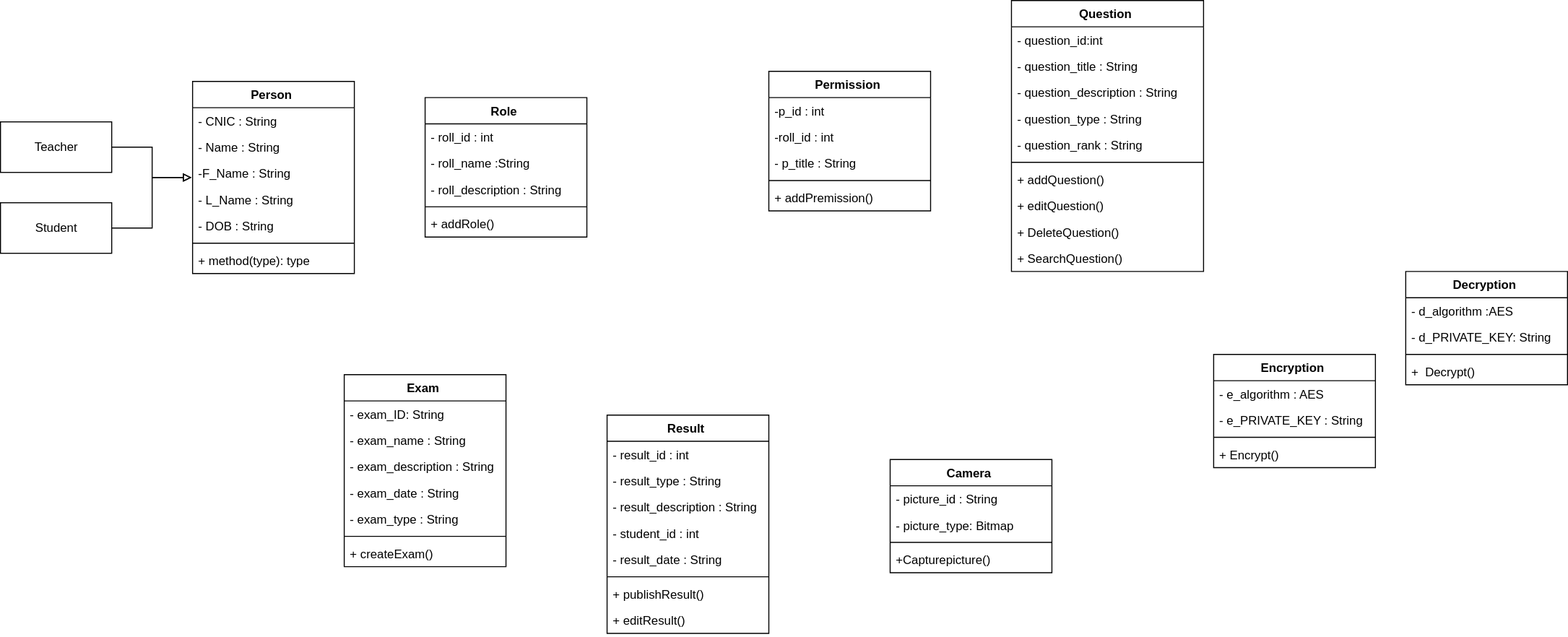
Before: Class Diagram.drawio.svg, a diagram exported from draw.io (Zaeem6100/FYP-Documents). Source tidied: cells renumbered, new cells last; positions are measured from the earlier drawing's top-left corner, leaving out a move shared by most shapes.
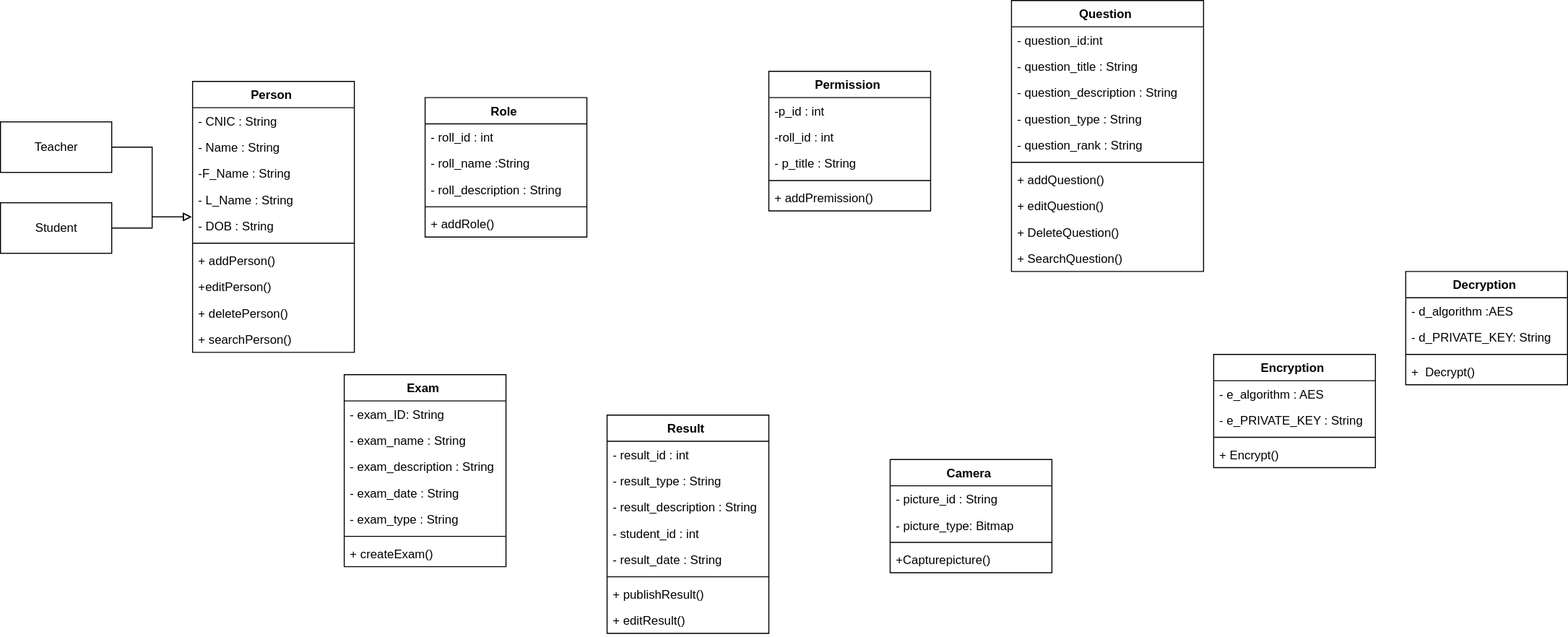
Later version of the same file.

What changed in the source:
```diff
@@ -3,7 +3,7 @@
     <mxCell id="0" />
     <mxCell id="1" parent="0" />
     <mxCell id="2" value="Person " style="swimlane;fontStyle=1;align=center;verticalAlign=top;horizontal=1;startSize=26;" parent="1" vertex="1">
-      <mxGeometry x="190" y="80" width="160" height="190" as="geometry" />
+      <mxGeometry x="190" y="80" width="160" height="268" as="geometry" />
     </mxCell>
     <mxCell id="3" value="- CNIC : String&#10; " style="text;strokeColor=none;fillColor=none;align=left;verticalAlign=top;spacingLeft=4;spacingRight=4;overflow=hidden;" parent="2" vertex="1">
       <mxGeometry y="26" width="160" height="26" as="geometry" />
@@ -23,9 +23,18 @@
     <mxCell id="8" style="line;strokeWidth=1;fillColor=none;align=left;verticalAlign=middle;spacingTop=-1;spacingLeft=3;spacingRight=3;labelPosition=right;" parent="2" vertex="1">
       <mxGeometry y="156" width="160" height="8" as="geometry" />
     </mxCell>
+    <mxCell id="69" value="+ addPerson()" style="text;strokeColor=none;fillColor=none;align=left;verticalAlign=top;spacingLeft=4;spacingRight=4;overflow=hidden;" parent="2" vertex="1">
+      <mxGeometry y="164" width="160" height="26" as="geometry" />
+    </mxCell>
-    <mxCell id="9" value="+ method(type): type" style="text;strokeColor=none;fillColor=none;align=left;verticalAlign=top;spacingLeft=4;spacingRight=4;overflow=hidden;" parent="2" vertex="1">
-      <mxGeometry y="164" width="160" height="26" as="geometry" />
+    <mxCell id="9" value="+editPerson()" style="text;strokeColor=none;fillColor=none;align=left;verticalAlign=top;spacingLeft=4;spacingRight=4;overflow=hidden;" parent="2" vertex="1">
+      <mxGeometry y="190" width="160" height="26" as="geometry" />
     </mxCell>
+    <mxCell id="70" value="+ deletePerson()" style="text;strokeColor=none;fillColor=none;align=left;verticalAlign=top;spacingLeft=4;spacingRight=4;overflow=hidden;" parent="2" vertex="1">
+      <mxGeometry y="216" width="160" height="26" as="geometry" />
+    </mxCell>
+    <mxCell id="71" value="+ searchPerson()" style="text;strokeColor=none;fillColor=none;align=left;verticalAlign=top;spacingLeft=4;spacingRight=4;overflow=hidden;" parent="2" vertex="1">
+      <mxGeometry y="242" width="160" height="26" as="geometry" />
+    </mxCell>
     <mxCell id="10" value="Exam " style="swimlane;fontStyle=1;align=center;verticalAlign=top;horizontal=1;startSize=26;" parent="1" vertex="1">
       <mxGeometry x="340" y="370" width="160" height="190" as="geometry" />
     </mxCell>
```
